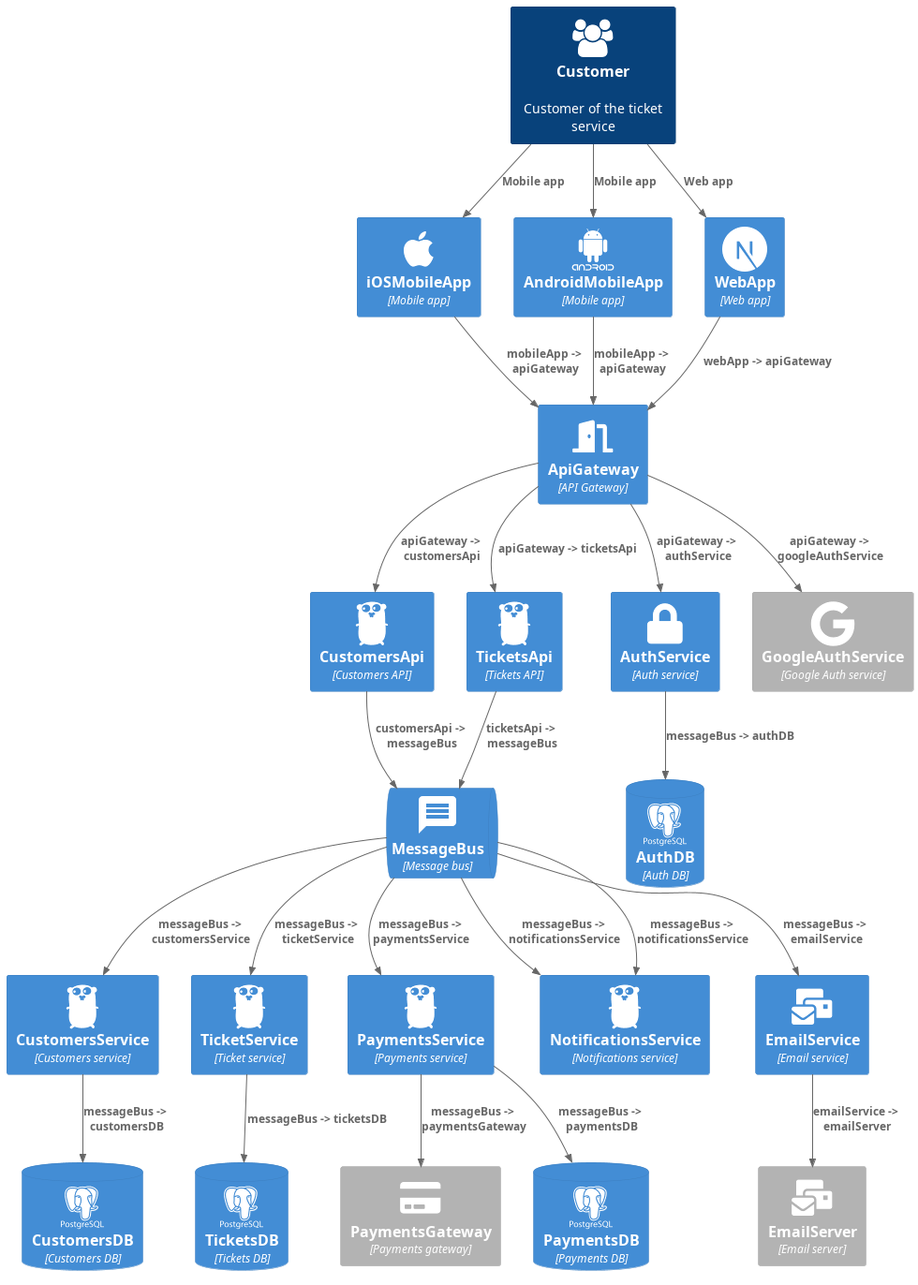
Above: documentation/phesttas-architecture.png in phesttas/phesttas-main (PlantUML), before the change. Its diagram source:
```plantuml
@startuml "phesttas-architecture"
!include https://raw.githubusercontent.com/plantuml-stdlib/C4-PlantUML/master/C4_Container.puml

!define ICONURL https://raw.githubusercontent.com/tupadr3/plantuml-icon-font-sprites/v2.4.0

!includeurl ICONURL/common.puml
!includeurl ICONURL/material/message.puml
!includeurl ICONURL/font-awesome-5/apple.puml
!includeurl ICONURL/font-awesome-5/lock.puml
!includeurl ICONURL/font-awesome-5/mail_bulk.puml
!includeurl ICONURL/font-awesome-5/credit_card.puml
!includeurl ICONURL/font-awesome-5/door_open.puml
!includeurl ICONURL/font-awesome/users.puml

!includeurl ICONURL/devicons2/android_wordmark.puml
!includeurl ICONURL/devicons2/google.puml
!includeurl ICONURL/devicons2/postgresql_wordmark.puml
!includeurl ICONURL/devicons2/nextjs_original.puml
!includeurl ICONURL/devicons2/go.puml
!includeurl ICONURL/devicons2/mongodb_wordmark.puml

Person(customer, Customer, "Customer of the ticket service", $sprite="users")

Container(iosMobileApp, iOSMobileApp, "Mobile app", $sprite="apple")
Container(androidMobileApp, AndroidMobileApp, "Mobile app", $sprite="android_wordmark")
Container(webApp, WebApp, "Web app", $sprite="nextjs_original")
Container(apiGateway, ApiGateway, "API Gateway", $sprite="door_open")
Container(customersApi, CustomersApi, "Customers API", $sprite="go")
Container(ticketsApi, TicketsApi, "Tickets API", $sprite="go")
ContainerQueue(messageBus, MessageBus, "Message bus", $sprite="message")
Container(customersService, CustomersService, "Customers service", $sprite="go")
Container(ticketService, TicketService, "Ticket service", $sprite="go")
Container(paymentsService, PaymentsService, "Payments service", $sprite="go")
Container_Ext(paymentsGateway, PaymentsGateway, "Payments gateway", $sprite="credit_card")
Container(authService, AuthService, "Auth service", $sprite="lock")
Container_Ext(googleAuthService, GoogleAuthService, "Google Auth service", $sprite="google")
Container(notificationsService, NotificationsService, "Notifications service", $sprite="go")
Container(emailService, EmailService, "Email service", $sprite="mail_bulk")
Container_Ext(emailServer, EmailServer, "Email server", $sprite="mail_bulk")
ContainerDb(customersDB, CustomersDB, "Customers DB", $sprite="postgresql_wordmark")
ContainerDb(ticketsDB, TicketsDB, "Tickets DB", $sprite="postgresql_wordmark")
ContainerDb(paymentsDB, PaymentsDB, "Payments DB", $sprite="postgresql_wordmark")
ContainerDb(authDB, AuthDB, "Auth DB", $sprite="postgresql_wordmark")

Rel(customer, iosMobileApp, "Mobile app")
Rel(customer, androidMobileApp, "Mobile app")
Rel(customer, webApp, "Web app")
Rel(iosMobileApp, apiGateway, "mobileApp -> apiGateway")
Rel(androidMobileApp, apiGateway, "mobileApp -> apiGateway")
Rel(webApp, apiGateway, "webApp -> apiGateway")
Rel(apiGateway, authService, "apiGateway -> authService")
Rel(apiGateway, customersApi, "apiGateway -> customersApi")
Rel(apiGateway, ticketsApi, "apiGateway -> ticketsApi")
Rel(apiGateway, googleAuthService, "apiGateway -> googleAuthService")
Rel(customersApi, messageBus, "customersApi -> messageBus")
Rel(ticketsApi, messageBus, "ticketsApi -> messageBus")
Rel(messageBus, customersService, "messageBus -> customersService")
Rel(messageBus, ticketService, "messageBus -> ticketService")
Rel(messageBus, paymentsService, "messageBus -> paymentsService")
Rel(customersService, customersDB, "messageBus -> customersDB")
Rel(ticketService, ticketsDB, "messageBus -> ticketsDB")
Rel(paymentsService, paymentsDB, "messageBus -> paymentsDB")
Rel(paymentsService, paymentsGateway, "messageBus -> paymentsGateway")
Rel(authService, authDB, "messageBus -> authDB")
Rel(messageBus, notificationsService, "messageBus -> notificationsService")
Rel(messageBus, emailService, "messageBus -> emailService")
Rel(emailService, emailServer, "emailService -> emailServer")
Rel(messageBus, notificationsService, "messageBus -> notificationsService")

@enduml
```
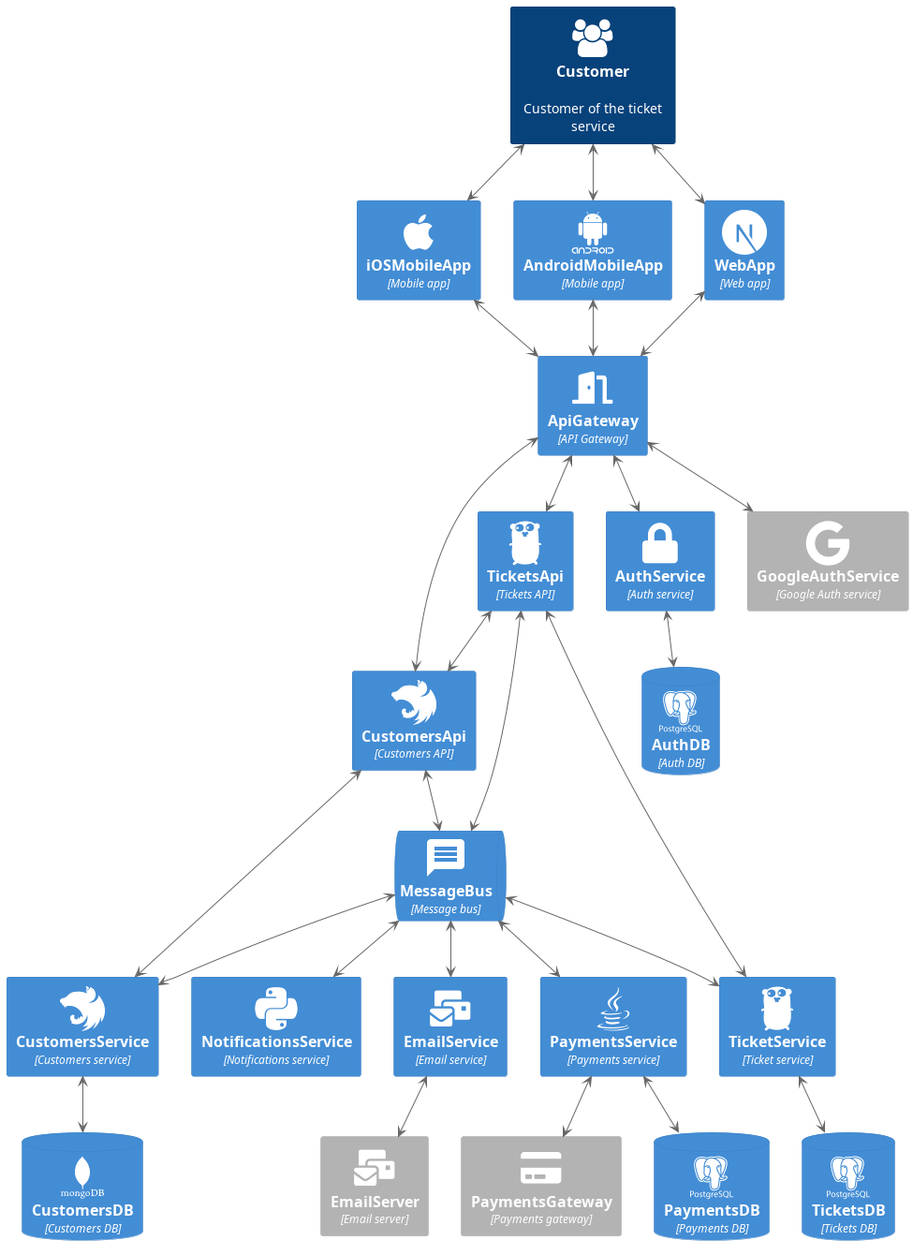
Above is the later version.

Commit message:
system architecture ok

What changed in the source:
```diff
@@ -17,7 +17,11 @@
 !includeurl ICONURL/devicons2/postgresql_wordmark.puml
 !includeurl ICONURL/devicons2/nextjs_original.puml
 !includeurl ICONURL/devicons2/go.puml
+!includeurl ICONURL/devicons2/typescript.puml
+!includeurl ICONURL/devicons2/python.puml
+!includeurl ICONURL/devicons2/nestjs.puml
 !includeurl ICONURL/devicons2/mongodb_wordmark.puml
+!includeurl ICONURL/devicons2/java.puml
 
 Person(customer, Customer, "Customer of the ticket service", $sprite="users")
 
@@ -25,46 +29,50 @@
 Container(androidMobileApp, AndroidMobileApp, "Mobile app", $sprite="android_wordmark")
 Container(webApp, WebApp, "Web app", $sprite="nextjs_original")
 Container(apiGateway, ApiGateway, "API Gateway", $sprite="door_open")
-Container(customersApi, CustomersApi, "Customers API", $sprite="go")
+Container(customersApi, CustomersApi, "Customers API", $sprite="go", $sprite="nestjs")
 Container(ticketsApi, TicketsApi, "Tickets API", $sprite="go")
 ContainerQueue(messageBus, MessageBus, "Message bus", $sprite="message")
-Container(customersService, CustomersService, "Customers service", $sprite="go")
+Container(customersService, CustomersService, "Customers service", $sprite="nestjs")
 Container(ticketService, TicketService, "Ticket service", $sprite="go")
-Container(paymentsService, PaymentsService, "Payments service", $sprite="go")
+Container(paymentsService, PaymentsService, "Payments service", $sprite="java")
 Container_Ext(paymentsGateway, PaymentsGateway, "Payments gateway", $sprite="credit_card")
 Container(authService, AuthService, "Auth service", $sprite="lock")
 Container_Ext(googleAuthService, GoogleAuthService, "Google Auth service", $sprite="google")
-Container(notificationsService, NotificationsService, "Notifications service", $sprite="go")
+Container(notificationsService, NotificationsService, "Notifications service", $sprite="python")
 Container(emailService, EmailService, "Email service", $sprite="mail_bulk")
 Container_Ext(emailServer, EmailServer, "Email server", $sprite="mail_bulk")
-ContainerDb(customersDB, CustomersDB, "Customers DB", $sprite="postgresql_wordmark")
+ContainerDb(customersDB, CustomersDB, "Customers DB", $sprite="mongodb_wordmark")
 ContainerDb(ticketsDB, TicketsDB, "Tickets DB", $sprite="postgresql_wordmark")
 ContainerDb(paymentsDB, PaymentsDB, "Payments DB", $sprite="postgresql_wordmark")
 ContainerDb(authDB, AuthDB, "Auth DB", $sprite="postgresql_wordmark")
 
-Rel(customer, iosMobileApp, "Mobile app")
-Rel(customer, androidMobileApp, "Mobile app")
-Rel(customer, webApp, "Web app")
-Rel(iosMobileApp, apiGateway, "mobileApp -> apiGateway")
-Rel(androidMobileApp, apiGateway, "mobileApp -> apiGateway")
-Rel(webApp, apiGateway, "webApp -> apiGateway")
-Rel(apiGateway, authService, "apiGateway -> authService")
-Rel(apiGateway, customersApi, "apiGateway -> customersApi")
-Rel(apiGateway, ticketsApi, "apiGateway -> ticketsApi")
-Rel(apiGateway, googleAuthService, "apiGateway -> googleAuthService")
-Rel(customersApi, messageBus, "customersApi -> messageBus")
-Rel(ticketsApi, messageBus, "ticketsApi -> messageBus")
-Rel(messageBus, customersService, "messageBus -> customersService")
-Rel(messageBus, ticketService, "messageBus -> ticketService")
-Rel(messageBus, paymentsService, "messageBus -> paymentsService")
-Rel(customersService, customersDB, "messageBus -> customersDB")
-Rel(ticketService, ticketsDB, "messageBus -> ticketsDB")
-Rel(paymentsService, paymentsDB, "messageBus -> paymentsDB")
-Rel(paymentsService, paymentsGateway, "messageBus -> paymentsGateway")
-Rel(authService, authDB, "messageBus -> authDB")
-Rel(messageBus, notificationsService, "messageBus -> notificationsService")
-Rel(messageBus, emailService, "messageBus -> emailService")
-Rel(emailService, emailServer, "emailService -> emailServer")
-Rel(messageBus, notificationsService, "messageBus -> notificationsService")
+customer <--> iosMobileApp
+customer <--> androidMobileApp
+customer <--> webApp
+iosMobileApp <--> apiGateway
+androidMobileApp <--> apiGateway
+webApp <--> apiGateway
+apiGateway <--> authService
+apiGateway <--> customersApi
+apiGateway <--> ticketsApi
+apiGateway <--> googleAuthService
+customersApi <--> messageBus
+ticketsApi <--> messageBus
+messageBus <--> customersService
+messageBus <--> ticketService
+messageBus <--> paymentsService
+customersService <--> customersDB
+ticketService <--> ticketsDB
+paymentsService <--> paymentsDB
+paymentsService <--> paymentsGateway
+authService <--> authDB
+messageBus <--> notificationsService
+messageBus <--> emailService
+emailService <--> emailServer
+customersApi <--> customersService
+ticketsApi <--> ticketService
+ticketsApi <--> customersApi
+
+
 
 @enduml
```
